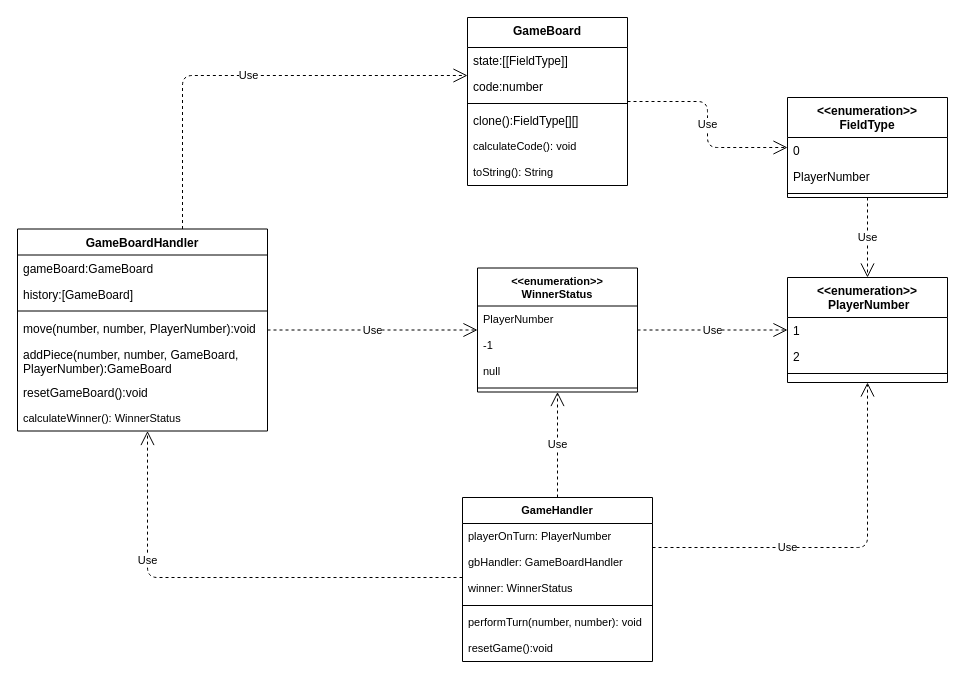
Before: ProductBacklog/Klassendiagramme/Aktuell.drawio in idlaviV/TIKTacToe, a draw.io diagram. Source tidied: cells renumbered, new cells numbered last; positions are measured from the earlier drawing's top-left corner, leaving out a move shared by most shapes. Both pictures are drawn from the tidied source at 100%, with x=0, y=0 at pixel (17, 17).
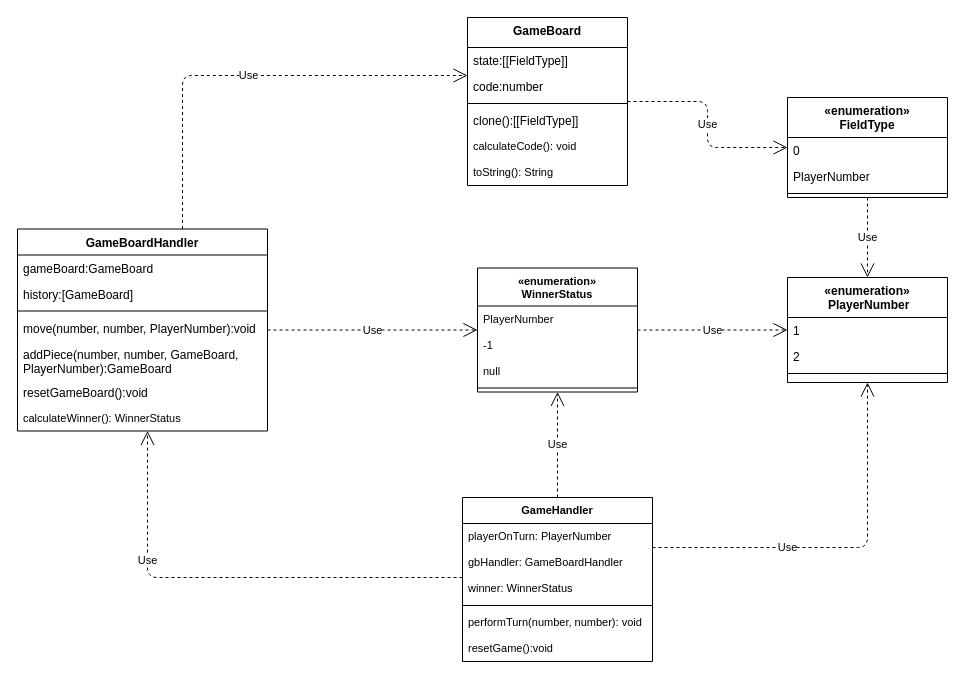
The same diagram, later.

Commit message:
Formatierung im Klassendiagramm

Unchanged cells that the change refers to:
```xml
<mxCell id="2" value="GameBoard" style="swimlane;fontStyle=1;align=center;verticalAlign=top;horizontal=1;startSize=30;rounded=0;shadow=0;strokeWidth=1;" parent="1" vertex="1">
  <mxGeometry x="450" width="160" height="168" as="geometry" />
</mxCell>
```

The edit, as a diff of the source:
```diff
@@
-    <mxCell id="6" value="clone():FieldType[][]" style="text;align=left;verticalAlign=top;spacingLeft=4;spacingRight=4;overflow=hidden;fontStyle=0;" parent="2" vertex="1">
+    <mxCell id="6" value="clone():[[FieldType]]" style="text;align=left;verticalAlign=top;spacingLeft=4;spacingRight=4;overflow=hidden;fontStyle=0;" parent="2" vertex="1">
       <mxGeometry y="90" width="160" height="26" as="geometry" />
     </mxCell>
@@
-    <mxCell id="17" value="&lt;&lt;enumeration&gt;&gt;&#10; PlayerNumber" style="swimlane;fontStyle=1;align=center;verticalAlign=top;horizontal=1;startSize=40;rounded=0;shadow=0;strokeWidth=1;" parent="1" vertex="1">
+    <mxCell id="17" value="«enumeration»&#10; PlayerNumber" style="swimlane;fontStyle=1;align=center;verticalAlign=top;horizontal=1;startSize=40;rounded=0;shadow=0;strokeWidth=1;" parent="1" vertex="1">
       <mxGeometry x="770" y="260" width="160" height="105" as="geometry" />
     </mxCell>
@@
-    <mxCell id="21" value="&lt;&lt;enumeration&gt;&gt;&#10;FieldType" style="swimlane;fontStyle=1;align=center;verticalAlign=top;horizontal=1;startSize=40;" parent="1" vertex="1">
+    <mxCell id="21" value="«enumeration»&#10;FieldType" style="swimlane;fontStyle=1;align=center;verticalAlign=top;horizontal=1;startSize=40;" parent="1" vertex="1">
       <mxGeometry x="770" y="80" width="160" height="100" as="geometry" />
     </mxCell>
@@
-    <mxCell id="28" value="&lt;&lt;enumeration&gt;&gt;&#10;WinnerStatus" style="swimlane;fontStyle=1;align=center;verticalAlign=top;horizontal=1;startSize=38;fontFamily=Helvetica;fontSize=11;fontColor=default;" parent="1" vertex="1">
+    <mxCell id="28" value="«enumeration»&#10;WinnerStatus" style="swimlane;fontStyle=1;align=center;verticalAlign=top;horizontal=1;startSize=38;fontFamily=Helvetica;fontSize=11;fontColor=default;" parent="1" vertex="1">
       <mxGeometry x="460" y="250.5" width="160" height="124" as="geometry" />
     </mxCell>
```
